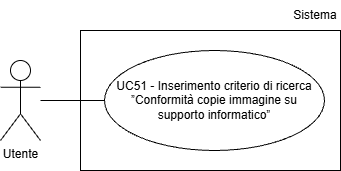
Before: assets/Use_Case_Diagrams/UC51.png, a diagram exported from draw.io (Team-Three-Technologies/Documenti). Source tidied: cells renumbered, new cells last; positions are measured from the earlier drawing's top-left corner, leaving out a move shared by most shapes.
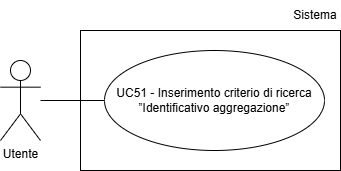
After the change.

Diff of the diagram source:
```diff
@@ -5,19 +5,19 @@
     <mxCell id="2" value="Utente" style="shape=umlActor;verticalLabelPosition=bottom;verticalAlign=top;html=1;" parent="1" vertex="1">
       <mxGeometry y="60" width="40" height="80" as="geometry" />
     </mxCell>
-    <mxCell id="3" value="&lt;div&gt;UC51 - Inserimento criterio di ricerca ”Conformità copie immagine su&lt;/div&gt;&lt;div&gt;supporto informatico”&lt;/div&gt;" style="ellipse;whiteSpace=wrap;html=1;align=center;" parent="1" vertex="1">
-      <mxGeometry x="104" y="50" width="220" height="100" as="geometry" />
-    </mxCell>
-    <mxCell id="4" style="endArrow=none;html=1;rounded=0;entryX=0;entryY=0.5;entryDx=0;entryDy=0;" parent="1" edge="1" target="3">
-      <mxGeometry relative="1" as="geometry">
-        <mxPoint x="40" y="100" as="sourcePoint" />
-      </mxGeometry>
-    </mxCell>
+    <mxCell id="7" value="UC51 - Inserimento criterio di ricerca ”Identificativo aggregazione”" style="ellipse;whiteSpace=wrap;html=1;align=center;" parent="1" vertex="1">
+      <mxGeometry x="104" y="50" width="220" height="100" as="geometry" />
+    </mxCell>
+    <mxCell id="8" style="endArrow=none;html=1;rounded=0;entryX=0;entryY=0.5;entryDx=0;entryDy=0;" parent="1" edge="1" target="7">
+      <mxGeometry relative="1" as="geometry">
+        <mxPoint x="40" y="100" as="sourcePoint" />
+      </mxGeometry>
+    </mxCell>
+    <mxCell id="9" style="rounded=0;whiteSpace=wrap;html=1;fillColor=none;" parent="1" vertex="1">
+      <mxGeometry x="80" y="30" width="260" height="140" as="geometry" />
+    </mxCell>
     <mxCell id="5" value="Sistema" style="text;html=1;whiteSpace=wrap;strokeColor=none;fillColor=none;align=center;verticalAlign=middle;rounded=0;" parent="1" vertex="1">
       <mxGeometry x="290" width="50" height="30" as="geometry" />
     </mxCell>
-    <mxCell id="6" style="rounded=0;whiteSpace=wrap;html=1;fillColor=none;" parent="1" vertex="1">
-      <mxGeometry x="80" y="30" width="260" height="140" as="geometry" />
-    </mxCell>
   </root>
 </mxGraphModel>
```
